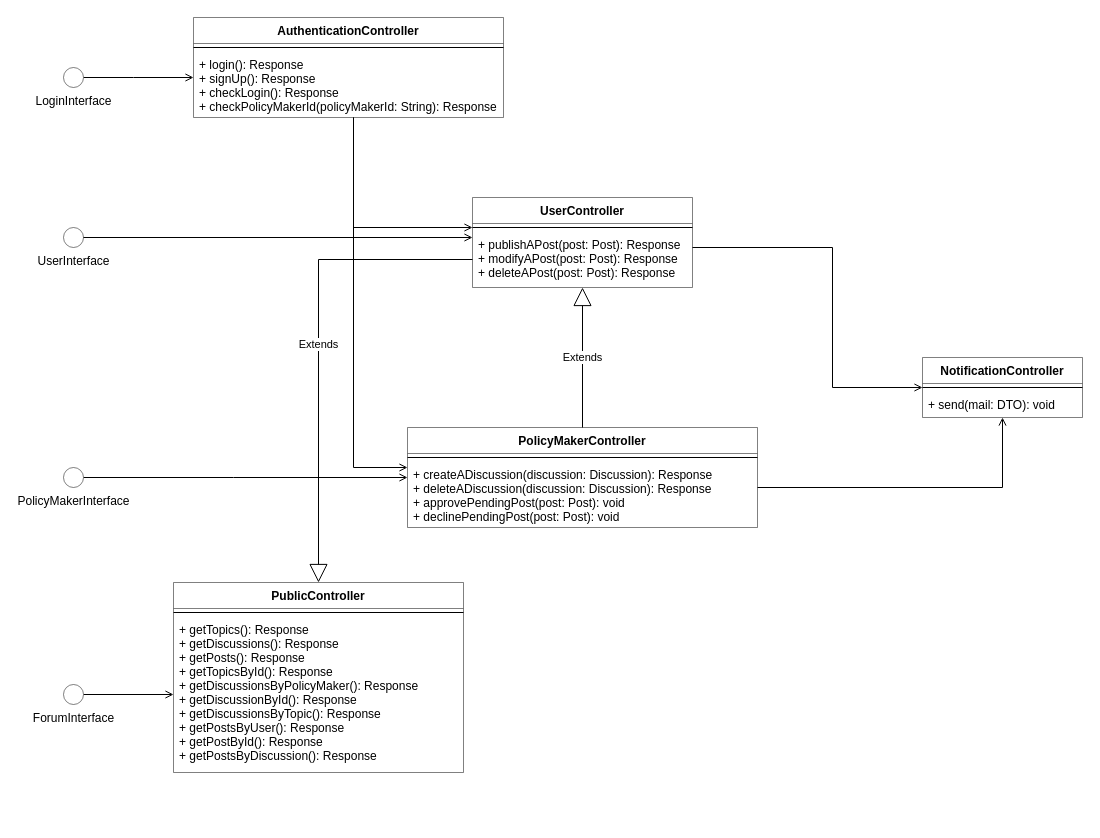
matteovisotto/SE2-CecchettoSirianiVisotto keeps this draw.io diagram as page "ComponentInterfaces" (1 of 2) of DD Diagrams/ComponentInterfaces.drawio. Above is the earlier version. Source tidied: cells renumbered, new cells numbered last; positions are measured from the earlier drawing's top-left corner, leaving out a move shared by most shapes. Both pictures are drawn from the tidied source at 100%, with x=0, y=0 at pixel (63, 17).
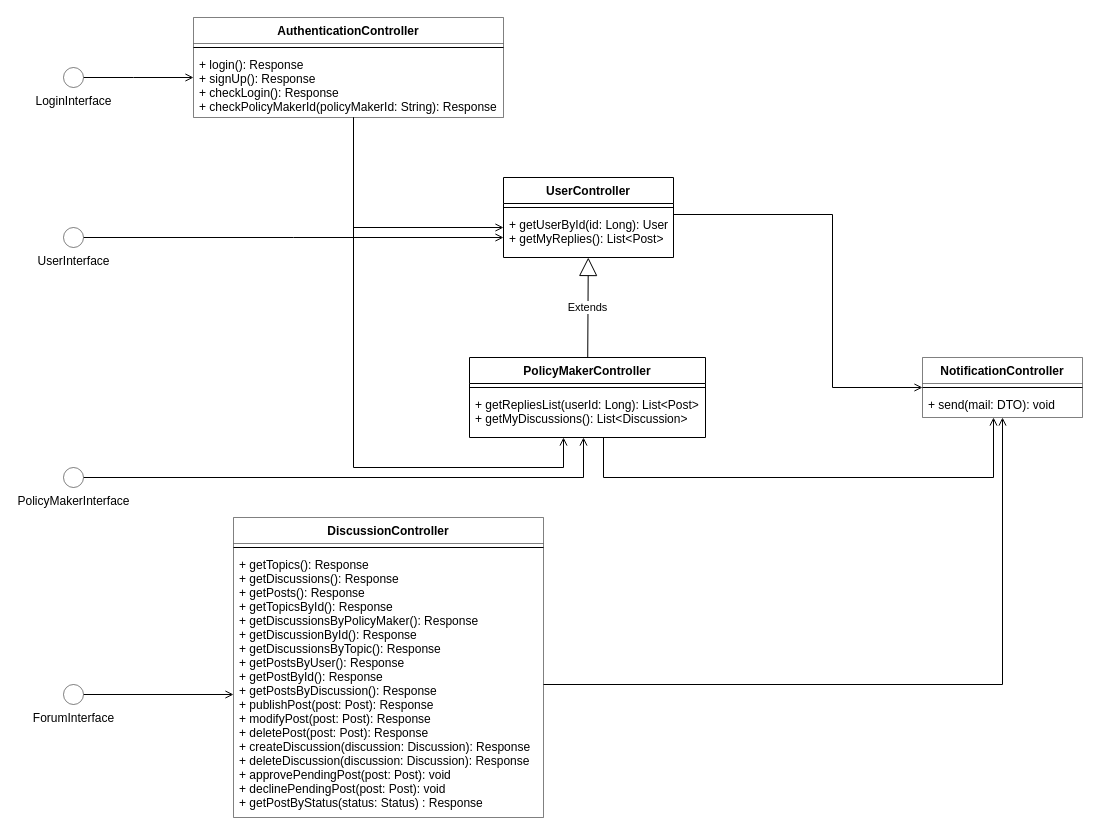
Above is the later version.

Unchanged cells that the change refers to:
```xml
<mxCell id="3" value="UserInterface" style="verticalLabelPosition=bottom;verticalAlign=top;html=1;shape=mxgraph.flowchart.on-page_reference;strokeWidth=0.5;" parent="1" vertex="1">
  <mxGeometry y="210" width="20" height="20" as="geometry" />
</mxCell>
<mxCell id="5" value="PolicyMakerInterface" style="verticalLabelPosition=bottom;verticalAlign=top;html=1;shape=mxgraph.flowchart.on-page_reference;strokeWidth=0.5;" parent="1" vertex="1">
  <mxGeometry y="450" width="20" height="20" as="geometry" />
</mxCell>
<mxCell id="15" value="NotificationController" style="swimlane;fontStyle=1;align=center;verticalAlign=top;horizontal=1;startSize=26;strokeWidth=0.5;" parent="1" vertex="1">
  <mxGeometry x="859" y="340" width="160" height="60" as="geometry" />
</mxCell>
<mxCell id="27" value="+ login(): Response&#10;+ signUp(): Response&#10;+ checkLogin(): Response&#10;+ checkPolicyMakerId(policyMakerId: String): Response" style="text;strokeColor=none;fillColor=none;align=left;verticalAlign=top;spacingLeft=4;spacingRight=4;overflow=hidden;points=[[0,0.5],[1,0.5]];portConstraint=eastwest;" parent="25" vertex="1">
  <mxGeometry y="34" width="310" height="66" as="geometry" />
</mxCell>
```

The edit, as a diff of the source:
```diff
@@
     <mxCell id="2" style="edgeStyle=orthogonalEdgeStyle;rounded=0;jettySize=auto;html=1;exitX=1;exitY=0.5;exitDx=0;exitDy=0;exitPerimeter=0;endArrow=open;endFill=0;" parent="1" edge="1" source="3" target="9">
       <mxGeometry relative="1" as="geometry">
         <Array as="points">
-          <mxPoint x="10" y="220" />
-          <mxPoint x="10" y="220" />
+          <mxPoint x="230" y="220" />
+          <mxPoint x="230" y="220" />
         </Array>
       </mxGeometry>
     </mxCell>
@@
     <mxCell id="4" style="edgeStyle=orthogonalEdgeStyle;rounded=0;jettySize=auto;html=1;exitX=1;exitY=0.5;exitDx=0;exitDy=0;exitPerimeter=0;endArrow=open;endFill=0;" parent="1" edge="1" source="5" target="12">
       <mxGeometry relative="1" as="geometry">
         <Array as="points">
-          <mxPoint x="170" y="460" />
-          <mxPoint x="170" y="460" />
+          <mxPoint x="520" y="460" />
         </Array>
       </mxGeometry>
     </mxCell>
@@
     <mxCell id="8" style="edgeStyle=orthogonalEdgeStyle;rounded=0;jettySize=auto;html=1;endArrow=open;endFill=0;" parent="1" edge="1" source="9" target="15">
       <mxGeometry relative="1" as="geometry">
         <Array as="points">
-          <mxPoint x="769" y="230" />
+          <mxPoint x="769" y="197" />
           <mxPoint x="769" y="370" />
         </Array>
       </mxGeometry>
     </mxCell>
-    <mxCell id="9" value="UserController" style="swimlane;fontStyle=1;align=center;verticalAlign=top;horizontal=1;startSize=26;strokeWidth=0.5;" parent="1" vertex="1">
-      <mxGeometry x="409" y="180" width="220" height="90" as="geometry" />
-    </mxCell>
-    <mxCell id="10" style="line;strokeWidth=1;fillColor=none;align=left;verticalAlign=middle;spacingTop=-1;spacingLeft=3;spacingRight=3;labelPosition=right;" parent="9" vertex="1">
-      <mxGeometry y="26" width="220" height="8" as="geometry" />
-    </mxCell>
-    <mxCell id="11" value="+ publishAPost(post: Post): Response&#10;+ modifyAPost(post: Post): Response&#10;+ deleteAPost(post: Post): Response" style="text;strokeColor=none;fillColor=none;align=left;verticalAlign=top;spacingLeft=4;spacingRight=4;overflow=hidden;points=[[0,0.5],[1,0.5]];portConstraint=eastwest;" parent="9" vertex="1">
-      <mxGeometry y="34" width="220" height="56" as="geometry" />
-    </mxCell>
-    <mxCell id="12" value="PolicyMakerController" style="swimlane;fontStyle=1;align=center;verticalAlign=top;horizontal=1;startSize=26;strokeWidth=0.5;" parent="1" vertex="1">
-      <mxGeometry x="344" y="410" width="350" height="100" as="geometry" />
-    </mxCell>
-    <mxCell id="13" style="line;strokeWidth=1;fillColor=none;align=left;verticalAlign=middle;spacingTop=-1;spacingLeft=3;spacingRight=3;labelPosition=right;" parent="12" vertex="1">
-      <mxGeometry y="26" width="350" height="8" as="geometry" />
-    </mxCell>
-    <mxCell id="14" value="+ createADiscussion(discussion: Discussion): Response&#10;+ deleteADiscussion(discussion: Discussion): Response&#10;+ approvePendingPost(post: Post): void&#10;+ declinePendingPost(post: Post): void&#10;" style="text;strokeColor=none;fillColor=none;align=left;verticalAlign=top;spacingLeft=4;spacingRight=4;overflow=hidden;" parent="12" vertex="1">
-      <mxGeometry y="34" width="350" height="66" as="geometry" />
-    </mxCell>
@@
     <mxCell id="19" style="edgeStyle=orthogonalEdgeStyle;rounded=0;jettySize=auto;html=1;endArrow=open;endFill=0;" parent="1" edge="1" source="12" target="15">
       <mxGeometry relative="1" as="geometry">
         <Array as="points">
-          <mxPoint x="939" y="470" />
+          <mxPoint x="540" y="460" />
+          <mxPoint x="930" y="460" />
         </Array>
       </mxGeometry>
     </mxCell>
-    <mxCell id="20" value="PublicController" style="swimlane;fontStyle=1;align=center;verticalAlign=top;horizontal=1;startSize=26;strokeWidth=0.5;" parent="1" vertex="1">
-      <mxGeometry x="110" y="565" width="290" height="190" as="geometry" />
+    <mxCell id="20" value="DiscussionController" style="swimlane;fontStyle=1;align=center;verticalAlign=top;horizontal=1;startSize=26;strokeWidth=0.5;" parent="1" vertex="1">
+      <mxGeometry x="170" y="500" width="310" height="300" as="geometry" />
     </mxCell>
     <mxCell id="21" style="line;strokeWidth=1;fillColor=none;align=left;verticalAlign=middle;spacingTop=-1;spacingLeft=3;spacingRight=3;labelPosition=right;" parent="20" vertex="1">
-      <mxGeometry y="26" width="290" height="8" as="geometry" />
+      <mxGeometry y="26" width="310" height="8" as="geometry" />
     </mxCell>
-    <mxCell id="22" value="+ getTopics(): Response&#10;+ getDiscussions(): Response&#10;+ getPosts(): Response&#10;+ getTopicsById(): Response&#10;+ getDiscussionsByPolicyMaker(): Response&#10;+ getDiscussionById(): Response&#10;+ getDiscussionsByTopic(): Response&#10;+ getPostsByUser(): Response&#10;+ getPostById(): Response&#10;+ getPostsByDiscussion(): Response" style="text;strokeColor=none;fillColor=none;align=left;verticalAlign=top;spacingLeft=4;spacingRight=4;overflow=hidden;points=[[0,0.5],[1,0.5]];portConstraint=eastwest;" parent="20" vertex="1">
-      <mxGeometry y="34" width="290" height="156" as="geometry" />
+    <mxCell id="22" value="+ getTopics(): Response&#10;+ getDiscussions(): Response&#10;+ getPosts(): Response&#10;+ getTopicsById(): Response&#10;+ getDiscussionsByPolicyMaker(): Response&#10;+ getDiscussionById(): Response&#10;+ getDiscussionsByTopic(): Response&#10;+ getPostsByUser(): Response&#10;+ getPostById(): Response&#10;+ getPostsByDiscussion(): Response&#10;+ publishPost(post: Post): Response&#10;+ modifyPost(post: Post): Response&#10;+ deletePost(post: Post): Response&#10;+ createDiscussion(discussion: Discussion): Response&#10;+ deleteDiscussion(discussion: Discussion): Response&#10;+ approvePendingPost(post: Post): void&#10;+ declinePendingPost(post: Post): void&#10;+ getPostByStatus(status: Status) : Response" style="text;strokeColor=none;fillColor=none;align=left;verticalAlign=top;spacingLeft=4;spacingRight=4;overflow=hidden;points=[[0,0.5],[1,0.5]];portConstraint=eastwest;" parent="20" vertex="1">
+      <mxGeometry y="34" width="310" height="266" as="geometry" />
     </mxCell>
@@
     <mxCell id="29" style="edgeStyle=orthogonalEdgeStyle;rounded=0;jettySize=auto;html=1;endArrow=open;endFill=0;" parent="1" edge="1" source="27" target="12">
       <mxGeometry relative="1" as="geometry">
         <Array as="points">
           <mxPoint x="290" y="450" />
+          <mxPoint x="500" y="450" />
         </Array>
       </mxGeometry>
     </mxCell>
-    <mxCell id="30" value="Extends" style="endArrow=block;endSize=16;endFill=0;html=1;rounded=0;exitX=0;exitY=0.5;exitDx=0;exitDy=0;" parent="1" edge="1" source="11" target="20">
-      <mxGeometry relative="1" as="geometry">
-        <Array as="points">
-          <mxPoint x="255" y="242" />
-        </Array>
-      </mxGeometry>
-    </mxCell>
+    <mxCell id="9" value="UserController" style="swimlane;fontStyle=1;align=center;verticalAlign=top;horizontal=1;startSize=26;" parent="1" vertex="1">
+      <mxGeometry x="440" y="160" width="170" height="80" as="geometry" />
+    </mxCell>
+    <mxCell id="31" style="line;strokeWidth=1;fillColor=none;align=left;verticalAlign=middle;spacingTop=-1;spacingLeft=3;spacingRight=3;labelPosition=right;" parent="9" vertex="1">
+      <mxGeometry y="26" width="170" height="8" as="geometry" />
+    </mxCell>
+    <mxCell id="32" value="+ getUserById(id: Long): User&#10;+ getMyReplies(): List&lt;Post&gt; " style="text;strokeColor=none;fillColor=none;align=left;verticalAlign=top;spacingLeft=4;spacingRight=4;overflow=hidden;" parent="9" vertex="1">
+      <mxGeometry y="34" width="170" height="46" as="geometry" />
+    </mxCell>
+    <mxCell id="12" value="PolicyMakerController" style="swimlane;fontStyle=1;align=center;verticalAlign=top;horizontal=1;startSize=26;" parent="1" vertex="1">
+      <mxGeometry x="406" y="340" width="236" height="80" as="geometry" />
+    </mxCell>
+    <mxCell id="33" style="line;strokeWidth=1;fillColor=none;align=left;verticalAlign=middle;spacingTop=-1;spacingLeft=3;spacingRight=3;labelPosition=right;" parent="12" vertex="1">
+      <mxGeometry y="26" width="236" height="8" as="geometry" />
+    </mxCell>
+    <mxCell id="34" value="+ getRepliesList(userId: Long): List&lt;Post&gt;&#10;+ getMyDiscussions(): List&lt;Discussion&gt;" style="text;strokeColor=none;fillColor=none;align=left;verticalAlign=top;spacingLeft=4;spacingRight=4;overflow=hidden;" parent="12" vertex="1">
+      <mxGeometry y="34" width="236" height="46" as="geometry" />
+    </mxCell>
+    <mxCell id="35" style="edgeStyle=orthogonalEdgeStyle;rounded=0;jettySize=auto;html=1;endArrow=open;endFill=0;" parent="1" edge="1" source="22" target="15">
+      <mxGeometry relative="1" as="geometry" />
+    </mxCell>
```
